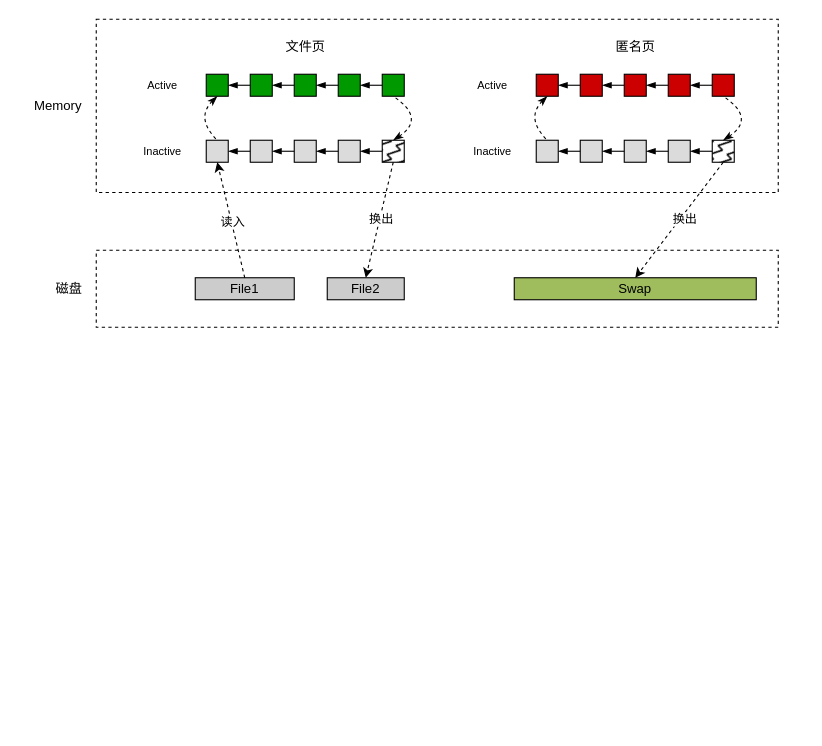
This is memorycompress.drawio from payall4u/draw.io, a draw.io file, before an edit. Source tidied: cells renumbered, new cells numbered last; positions are measured from the earlier drawing's top-left corner, leaving out a move shared by most shapes. Both pictures are drawn from the tidied source at 110%, with x=0, y=0 at pixel (19, 19).
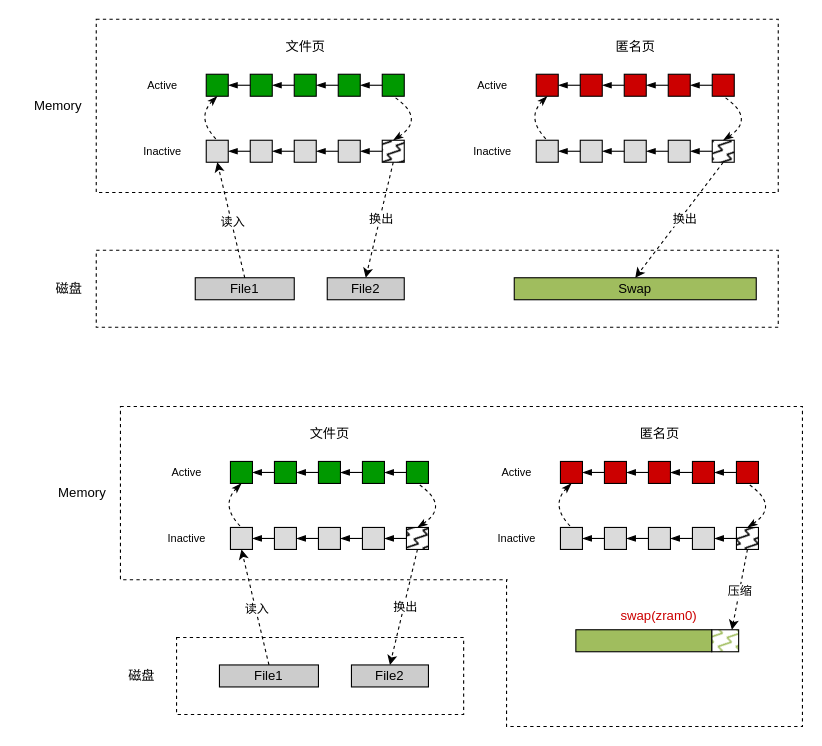
The same page after the edit.

The edit, as a diff of the source:
```diff
@@
+    <mxCell id="61" style="shape=trapezoid;perimeter=trapezoidPerimeter;whiteSpace=wrap;html=1;fixedSize=1;rotation=-180;size=-150;dashed=1;" parent="1" vertex="1">
+      <mxGeometry x="443" y="509.5" width="269" height="133.5" as="geometry" />
+    </mxCell>
@@
+    <mxCell id="62" style="rounded=0;whiteSpace=wrap;html=1;dashed=1;" parent="1" vertex="1">
+      <mxGeometry x="92" y="352" width="620" height="157.5" as="geometry" />
+    </mxCell>
+    <mxCell id="63" style="rounded=0;whiteSpace=wrap;html=1;fillColor=#009900;" parent="1" vertex="1">
+      <mxGeometry x="232" y="402" width="20" height="20" as="geometry" />
+    </mxCell>
+    <mxCell id="64" style="rounded=0;whiteSpace=wrap;html=1;fillColor=#009900;" parent="1" vertex="1">
+      <mxGeometry x="272" y="402" width="20" height="20" as="geometry" />
+    </mxCell>
+    <mxCell id="65" style="rounded=0;whiteSpace=wrap;html=1;fillColor=#009900;" parent="1" vertex="1">
+      <mxGeometry x="312" y="402" width="20" height="20" as="geometry" />
+    </mxCell>
+    <mxCell id="66" style="rounded=0;whiteSpace=wrap;html=1;fillColor=#009900;" parent="1" vertex="1">
+      <mxGeometry x="192" y="402" width="20" height="20" as="geometry" />
+    </mxCell>
+    <mxCell id="67" style="rounded=0;whiteSpace=wrap;html=1;fillColor=#009900;" parent="1" vertex="1">
+      <mxGeometry x="352" y="402" width="20" height="20" as="geometry" />
+    </mxCell>
+    <mxCell id="68" style="endArrow=blockThin;html=1;rounded=0;exitX=0;exitY=0.5;exitDx=0;exitDy=0;entryX=1;entryY=0.5;entryDx=0;entryDy=0;endFill=1;" parent="1" edge="1" source="63" target="66">
+      <mxGeometry relative="1" as="geometry" />
+    </mxCell>
+    <mxCell id="69" style="endArrow=blockThin;html=1;rounded=0;exitX=0;exitY=0.5;exitDx=0;exitDy=0;endFill=1;entryX=1;entryY=0.5;entryDx=0;entryDy=0;" parent="1" edge="1" source="64" target="63">
+      <mxGeometry relative="1" as="geometry" />
+    </mxCell>
+    <mxCell id="70" style="endArrow=blockThin;html=1;rounded=0;exitX=0;exitY=0.5;exitDx=0;exitDy=0;entryX=1;entryY=0.5;entryDx=0;entryDy=0;endFill=1;" parent="1" edge="1" source="65" target="64">
+      <mxGeometry relative="1" as="geometry" />
+    </mxCell>
+    <mxCell id="71" style="endArrow=blockThin;html=1;rounded=0;entryX=1;entryY=0.5;entryDx=0;entryDy=0;endFill=1;" parent="1" edge="1" source="67" target="65">
+      <mxGeometry relative="1" as="geometry" />
+    </mxCell>
+    <mxCell id="72" style="rounded=0;whiteSpace=wrap;html=1;fillColor=#DBDBDB;" parent="1" vertex="1">
+      <mxGeometry x="232" y="462" width="20" height="20" as="geometry" />
+    </mxCell>
+    <mxCell id="73" style="rounded=0;whiteSpace=wrap;html=1;fillColor=#DBDBDB;" parent="1" vertex="1">
+      <mxGeometry x="272" y="462" width="20" height="20" as="geometry" />
+    </mxCell>
+    <mxCell id="74" style="rounded=0;whiteSpace=wrap;html=1;fillColor=#DBDBDB;" parent="1" vertex="1">
+      <mxGeometry x="312" y="462" width="20" height="20" as="geometry" />
+    </mxCell>
+    <mxCell id="75" style="rounded=0;whiteSpace=wrap;html=1;fillColor=#DBDBDB;" parent="1" vertex="1">
+      <mxGeometry x="192" y="462" width="20" height="20" as="geometry" />
+    </mxCell>
+    <mxCell id="76" style="rounded=0;whiteSpace=wrap;html=1;fillColor=#000000;fillStyle=zigzag-line;" parent="1" vertex="1">
+      <mxGeometry x="352" y="462" width="20" height="20" as="geometry" />
+    </mxCell>
+    <mxCell id="77" style="endArrow=blockThin;html=1;rounded=0;exitX=0;exitY=0.5;exitDx=0;exitDy=0;entryX=1;entryY=0.5;entryDx=0;entryDy=0;endFill=1;" parent="1" edge="1" source="72" target="75">
+      <mxGeometry relative="1" as="geometry" />
+    </mxCell>
+    <mxCell id="78" style="endArrow=blockThin;html=1;rounded=0;exitX=0;exitY=0.5;exitDx=0;exitDy=0;endFill=1;entryX=1;entryY=0.5;entryDx=0;entryDy=0;" parent="1" edge="1" source="73" target="72">
+      <mxGeometry relative="1" as="geometry" />
+    </mxCell>
+    <mxCell id="79" style="endArrow=blockThin;html=1;rounded=0;exitX=0;exitY=0.5;exitDx=0;exitDy=0;entryX=1;entryY=0.5;entryDx=0;entryDy=0;endFill=1;" parent="1" edge="1" source="74" target="73">
+      <mxGeometry relative="1" as="geometry" />
+    </mxCell>
+    <mxCell id="80" style="endArrow=blockThin;html=1;rounded=0;exitX=0;exitY=0.5;exitDx=0;exitDy=0;entryX=1;entryY=0.5;entryDx=0;entryDy=0;endFill=1;" parent="1" edge="1" source="76" target="74">
+      <mxGeometry relative="1" as="geometry" />
+    </mxCell>
+    <mxCell id="81" style="endArrow=none;html=1;entryX=0.5;entryY=0;entryDx=0;entryDy=0;exitX=0.5;exitY=1;exitDx=0;exitDy=0;curved=1;dashed=1;endFill=0;startArrow=classicThin;startFill=1;" parent="1" edge="1" source="66" target="75">
+      <mxGeometry relative="1" as="geometry">
+        <Array as="points">
+          <mxPoint x="182" y="442" />
+        </Array>
+      </mxGeometry>
+    </mxCell>
+    <mxCell id="82" style="endArrow=none;html=1;entryX=0.5;entryY=1;entryDx=0;entryDy=0;exitX=0.5;exitY=0;exitDx=0;exitDy=0;curved=1;startArrow=classicThin;startFill=1;endFill=0;dashed=1;" parent="1" edge="1" source="76" target="67">
+      <mxGeometry relative="1" as="geometry">
+        <Array as="points">
+          <mxPoint x="392" y="442" />
+        </Array>
+      </mxGeometry>
+    </mxCell>
+    <mxCell id="83" value="Active" style="text;html=1;align=center;verticalAlign=middle;strokeColor=none;fillColor=none;fontSize=10;" parent="1" vertex="1">
+      <mxGeometry x="122" y="397" width="60" height="30" as="geometry" />
+    </mxCell>
+    <mxCell id="84" value="Inactive" style="text;html=1;align=center;verticalAlign=middle;strokeColor=none;fillColor=none;fontSize=10;" parent="1" vertex="1">
+      <mxGeometry x="122" y="457" width="60" height="30" as="geometry" />
+    </mxCell>
+    <mxCell id="85" style="rounded=0;whiteSpace=wrap;html=1;fillColor=#CC0000;" parent="1" vertex="1">
+      <mxGeometry x="532" y="402" width="20" height="20" as="geometry" />
+    </mxCell>
+    <mxCell id="86" style="rounded=0;whiteSpace=wrap;html=1;fillColor=#CC0000;" parent="1" vertex="1">
+      <mxGeometry x="572" y="402" width="20" height="20" as="geometry" />
+    </mxCell>
+    <mxCell id="87" style="rounded=0;whiteSpace=wrap;html=1;fillColor=#CC0000;" parent="1" vertex="1">
+      <mxGeometry x="612" y="402" width="20" height="20" as="geometry" />
+    </mxCell>
+    <mxCell id="88" style="rounded=0;whiteSpace=wrap;html=1;fillColor=#CC0000;" parent="1" vertex="1">
+      <mxGeometry x="492" y="402" width="20" height="20" as="geometry" />
+    </mxCell>
+    <mxCell id="89" style="rounded=0;whiteSpace=wrap;html=1;fillColor=#CC0000;" parent="1" vertex="1">
+      <mxGeometry x="652" y="402" width="20" height="20" as="geometry" />
+    </mxCell>
+    <mxCell id="90" style="endArrow=blockThin;html=1;rounded=0;exitX=0;exitY=0.5;exitDx=0;exitDy=0;entryX=1;entryY=0.5;entryDx=0;entryDy=0;endFill=1;" parent="1" edge="1" source="85" target="88">
+      <mxGeometry relative="1" as="geometry" />
+    </mxCell>
+    <mxCell id="91" style="endArrow=blockThin;html=1;rounded=0;exitX=0;exitY=0.5;exitDx=0;exitDy=0;endFill=1;entryX=1;entryY=0.5;entryDx=0;entryDy=0;" parent="1" edge="1" source="86" target="85">
+      <mxGeometry relative="1" as="geometry" />
+    </mxCell>
+    <mxCell id="92" style="endArrow=blockThin;html=1;rounded=0;exitX=0;exitY=0.5;exitDx=0;exitDy=0;entryX=1;entryY=0.5;entryDx=0;entryDy=0;endFill=1;" parent="1" edge="1" source="87" target="86">
+      <mxGeometry relative="1" as="geometry" />
+    </mxCell>
+    <mxCell id="93" style="endArrow=blockThin;html=1;rounded=0;entryX=1;entryY=0.5;entryDx=0;entryDy=0;endFill=1;" parent="1" edge="1" source="89" target="87">
+      <mxGeometry relative="1" as="geometry" />
+    </mxCell>
+    <mxCell id="94" style="rounded=0;whiteSpace=wrap;html=1;fillColor=#DBDBDB;" parent="1" vertex="1">
+      <mxGeometry x="532" y="462" width="20" height="20" as="geometry" />
+    </mxCell>
+    <mxCell id="95" style="rounded=0;whiteSpace=wrap;html=1;fillColor=#DBDBDB;" parent="1" vertex="1">
+      <mxGeometry x="572" y="462" width="20" height="20" as="geometry" />
+    </mxCell>
+    <mxCell id="96" style="rounded=0;whiteSpace=wrap;html=1;fillColor=#DBDBDB;" parent="1" vertex="1">
+      <mxGeometry x="612" y="462" width="20" height="20" as="geometry" />
+    </mxCell>
+    <mxCell id="97" style="rounded=0;whiteSpace=wrap;html=1;fillColor=#DBDBDB;" parent="1" vertex="1">
+      <mxGeometry x="492" y="462" width="20" height="20" as="geometry" />
+    </mxCell>
+    <mxCell id="98" style="rounded=0;whiteSpace=wrap;html=1;fillColor=#000000;fillStyle=zigzag-line;" parent="1" vertex="1">
+      <mxGeometry x="652" y="462" width="20" height="20" as="geometry" />
+    </mxCell>
+    <mxCell id="99" style="endArrow=blockThin;html=1;rounded=0;exitX=0;exitY=0.5;exitDx=0;exitDy=0;entryX=1;entryY=0.5;entryDx=0;entryDy=0;endFill=1;" parent="1" edge="1" source="94" target="97">
+      <mxGeometry relative="1" as="geometry" />
+    </mxCell>
+    <mxCell id="100" style="endArrow=blockThin;html=1;rounded=0;exitX=0;exitY=0.5;exitDx=0;exitDy=0;endFill=1;entryX=1;entryY=0.5;entryDx=0;entryDy=0;" parent="1" edge="1" source="95" target="94">
+      <mxGeometry relative="1" as="geometry" />
+    </mxCell>
+    <mxCell id="101" style="endArrow=blockThin;html=1;rounded=0;exitX=0;exitY=0.5;exitDx=0;exitDy=0;entryX=1;entryY=0.5;entryDx=0;entryDy=0;endFill=1;" parent="1" edge="1" source="96" target="95">
+      <mxGeometry relative="1" as="geometry" />
+    </mxCell>
+    <mxCell id="102" style="endArrow=blockThin;html=1;rounded=0;exitX=0;exitY=0.5;exitDx=0;exitDy=0;entryX=1;entryY=0.5;entryDx=0;entryDy=0;endFill=1;" parent="1" edge="1" source="98" target="96">
+      <mxGeometry relative="1" as="geometry" />
+    </mxCell>
+    <mxCell id="103" style="endArrow=none;html=1;entryX=0.5;entryY=0;entryDx=0;entryDy=0;exitX=0.5;exitY=1;exitDx=0;exitDy=0;curved=1;dashed=1;endFill=0;startArrow=classicThin;startFill=1;" parent="1" edge="1" source="88" target="97">
+      <mxGeometry relative="1" as="geometry">
+        <Array as="points">
+          <mxPoint x="482" y="442" />
+        </Array>
+      </mxGeometry>
+    </mxCell>
+    <mxCell id="104" style="endArrow=none;html=1;entryX=0.5;entryY=1;entryDx=0;entryDy=0;exitX=0.5;exitY=0;exitDx=0;exitDy=0;curved=1;startArrow=classicThin;startFill=1;endFill=0;dashed=1;" parent="1" edge="1" source="98" target="89">
+      <mxGeometry relative="1" as="geometry">
+        <Array as="points">
+          <mxPoint x="692" y="442" />
+        </Array>
+      </mxGeometry>
+    </mxCell>
+    <mxCell id="105" value="Active" style="text;html=1;align=center;verticalAlign=middle;strokeColor=none;fillColor=none;fontSize=10;" parent="1" vertex="1">
+      <mxGeometry x="422" y="397" width="60" height="30" as="geometry" />
+    </mxCell>
+    <mxCell id="106" value="Inactive" style="text;html=1;align=center;verticalAlign=middle;strokeColor=none;fillColor=none;fontSize=10;" parent="1" vertex="1">
+      <mxGeometry x="422" y="457" width="60" height="30" as="geometry" />
+    </mxCell>
+    <mxCell id="107" value="文件页" style="text;html=1;align=center;verticalAlign=middle;strokeColor=none;fillColor=none;" parent="1" vertex="1">
+      <mxGeometry x="252" y="362" width="60" height="30" as="geometry" />
+    </mxCell>
+    <mxCell id="108" value="匿名页" style="text;html=1;align=center;verticalAlign=middle;strokeColor=none;fillColor=none;" parent="1" vertex="1">
+      <mxGeometry x="552" y="362" width="60" height="30" as="geometry" />
+    </mxCell>
+    <mxCell id="109" value="Memory" style="text;html=1;align=center;verticalAlign=middle;strokeColor=none;fillColor=none;" parent="1" vertex="1">
+      <mxGeometry x="22" y="415.8" width="70" height="30" as="geometry" />
+    </mxCell>
+    <mxCell id="110" style="rounded=0;whiteSpace=wrap;html=1;dashed=1;" parent="1" vertex="1">
+      <mxGeometry x="143" y="562" width="261" height="70" as="geometry" />
+    </mxCell>
+    <mxCell id="111" value="磁盘" style="text;html=1;align=center;verticalAlign=middle;strokeColor=none;fillColor=none;" parent="1" vertex="1">
+      <mxGeometry x="86" y="582" width="50" height="30" as="geometry" />
+    </mxCell>
+    <mxCell id="112" value="File1" style="rounded=0;whiteSpace=wrap;html=1;fillColor=#CCCCCC;" parent="1" vertex="1">
+      <mxGeometry x="182" y="587" width="90" height="20" as="geometry" />
+    </mxCell>
+    <mxCell id="113" value="File2" style="rounded=0;whiteSpace=wrap;html=1;fillColor=#CCCCCC;" parent="1" vertex="1">
+      <mxGeometry x="302" y="587" width="70" height="20" as="geometry" />
+    </mxCell>
+    <mxCell id="114" style="endArrow=classic;html=1;rounded=0;entryX=0.5;entryY=1;entryDx=0;entryDy=0;exitX=0.5;exitY=0;exitDx=0;exitDy=0;dashed=1;" parent="1" edge="1" source="112" target="75">
+      <mxGeometry relative="1" as="geometry" />
+    </mxCell>
+    <mxCell id="115" value="读入" style="edgeLabel;html=1;align=center;verticalAlign=middle;" parent="114" vertex="1">
+      <mxGeometry x="-0.02" y="-1" relative="1" as="geometry" />
+    </mxCell>
+    <mxCell id="116" style="rounded=0;jettySize=auto;html=1;exitX=0.5;exitY=1;exitDx=0;exitDy=0;entryX=0.5;entryY=0;entryDx=0;entryDy=0;dashed=1;" parent="1" edge="1" source="76" target="113">
+      <mxGeometry relative="1" as="geometry" />
+    </mxCell>
+    <mxCell id="117" value="换出" style="edgeLabel;html=1;align=center;verticalAlign=middle;" parent="116" vertex="1">
+      <mxGeometry x="-0.13" y="1" relative="1" as="geometry">
+        <mxPoint x="-2" y="6" as="offset" />
+      </mxGeometry>
+    </mxCell>
+    <mxCell id="118" style="rounded=0;whiteSpace=wrap;html=1;fillColor=#A0BD5E;fillStyle=zigzag-line;" parent="1" vertex="1">
+      <mxGeometry x="629.5" y="555" width="24.5" height="20" as="geometry" />
+    </mxCell>
+    <mxCell id="119" style="rounded=0;whiteSpace=wrap;html=1;strokeColor=none;" parent="1" vertex="1">
+      <mxGeometry x="444" y="508" width="267" height="6" as="geometry" />
+    </mxCell>
+    <mxCell id="120" style="rounded=0;jettySize=auto;html=1;exitX=0.5;exitY=1;exitDx=0;exitDy=0;entryX=0.75;entryY=0;entryDx=0;entryDy=0;dashed=1;" parent="1" edge="1" source="98" target="118">
+      <mxGeometry relative="1" as="geometry" />
+    </mxCell>
+    <mxCell id="121" value="压缩" style="edgeLabel;html=1;align=center;verticalAlign=middle;" parent="120" vertex="1">
+      <mxGeometry x="-0.13" y="1" relative="1" as="geometry">
+        <mxPoint x="-2" y="6" as="offset" />
+      </mxGeometry>
+    </mxCell>
+    <mxCell id="122" value="&lt;span style=&quot;color: rgb(204, 0, 0); font-family: Helvetica; font-size: 12px; font-style: normal; font-variant-ligatures: normal; font-variant-caps: normal; font-weight: 400; letter-spacing: normal; orphans: 2; text-align: center; text-indent: 0px; text-transform: none; widows: 2; word-spacing: 0px; -webkit-text-stroke-width: 0px; background-color: rgb(255, 255, 255); text-decoration-thickness: initial; text-decoration-style: initial; text-decoration-color: initial; float: none; display: inline !important;&quot;&gt;swap&lt;/span&gt;&lt;font style=&quot;border-color: var(--border-color); color: rgb(204, 0, 0); font-family: Helvetica; font-size: 12px; font-style: normal; font-variant-ligatures: normal; font-variant-caps: normal; font-weight: 400; letter-spacing: normal; orphans: 2; text-align: center; text-indent: 0px; text-transform: none; widows: 2; word-spacing: 0px; -webkit-text-stroke-width: 0px; background-color: rgb(255, 255, 255); text-decoration-thickness: initial; text-decoration-style: initial; text-decoration-color: initial;&quot;&gt;(&lt;/font&gt;&lt;span style=&quot;color: rgb(204, 0, 0); font-family: Helvetica; font-size: 12px; font-style: normal; font-variant-ligatures: normal; font-variant-caps: normal; font-weight: 400; letter-spacing: normal; orphans: 2; text-align: center; text-indent: 0px; text-transform: none; widows: 2; word-spacing: 0px; -webkit-text-stroke-width: 0px; background-color: rgb(255, 255, 255); text-decoration-thickness: initial; text-decoration-style: initial; text-decoration-color: initial; float: none; display: inline !important;&quot;&gt;zram0)&lt;/span&gt;" style="text;whiteSpace=wrap;html=1;" parent="1" vertex="1">
+      <mxGeometry x="544.5" y="529" width="75" height="24" as="geometry" />
+    </mxCell>
+    <mxCell id="123" style="rounded=0;whiteSpace=wrap;html=1;fillColor=#A0BD5E;" parent="1" vertex="1">
+      <mxGeometry x="506" y="555" width="123.5" height="20" as="geometry" />
+    </mxCell>
```
